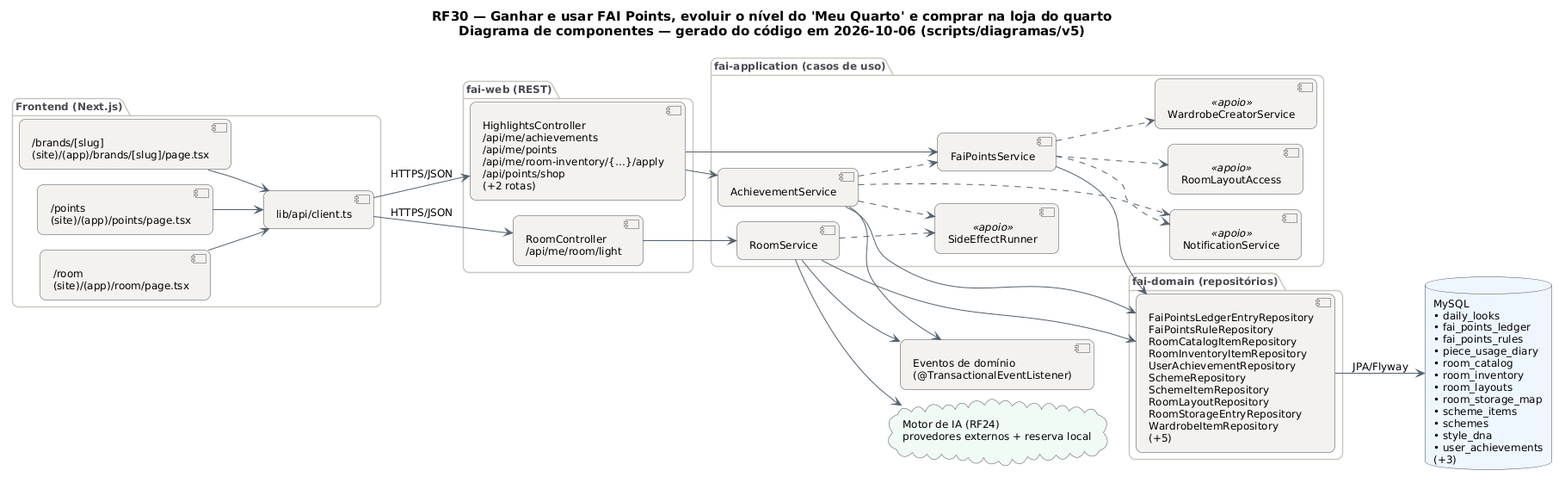
The PlantUML diagram docs/diagramas/RF30/RF30_Componentes.png in MatheusHaliski/tcc-2026-fashion-ai-backend, before a commit.
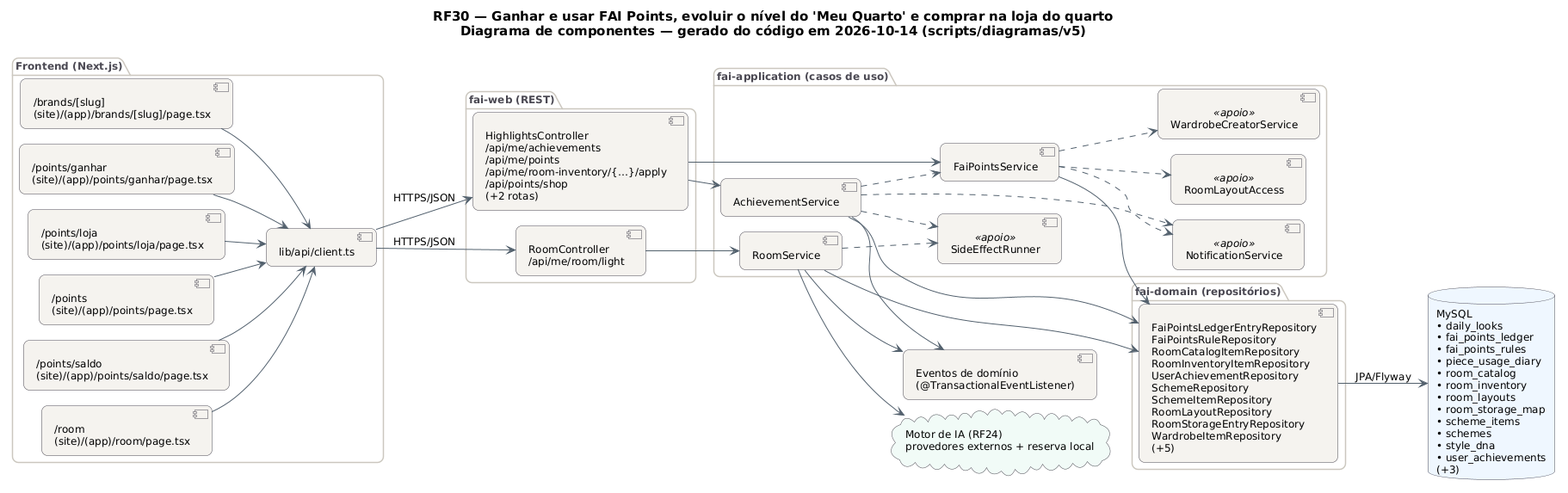
Later version of the same file.

Diff of the diagram source:
```diff
@@ -29,12 +29,15 @@
   BorderColor #4A4852
 }
 left to right direction
-title RF30 — Ganhar e usar FAI Points, evoluir o nível do 'Meu Quarto' e comprar na loja do quarto\nDiagrama de componentes — gerado do código em 2026-10-06 (scripts/diagramas/v5)
+title RF30 — Ganhar e usar FAI Points, evoluir o nível do 'Meu Quarto' e comprar na loja do quarto\nDiagrama de componentes — gerado do código em 2026-10-14 (scripts/diagramas/v5)
 
 package "Frontend (Next.js)" {
   component "/brands/[slug]\n(site)/(app)/brands/[slug]/page.tsx" as FE0
-  component "/points\n(site)/(app)/points/page.tsx" as FE1
-  component "/room\n(site)/(app)/room/page.tsx" as FE2
+  component "/points/ganhar\n(site)/(app)/points/ganhar/page.tsx" as FE1
+  component "/points/loja\n(site)/(app)/points/loja/page.tsx" as FE2
+  component "/points\n(site)/(app)/points/page.tsx" as FE3
+  component "/points/saldo\n(site)/(app)/points/saldo/page.tsx" as FE4
+  component "/room\n(site)/(app)/room/page.tsx" as FE5
   component "lib/api/client.ts" as APIC
 }
 package "fai-web (REST)" {
@@ -66,6 +69,9 @@
 FE0 --> APIC
 FE1 --> APIC
 FE2 --> APIC
+FE3 --> APIC
+FE4 --> APIC
+FE5 --> APIC
 FaiPointsService --> REPO_MySQL
 FaiPointsService ..> NotificationService
 FaiPointsService ..> RoomLayoutAccess
```
